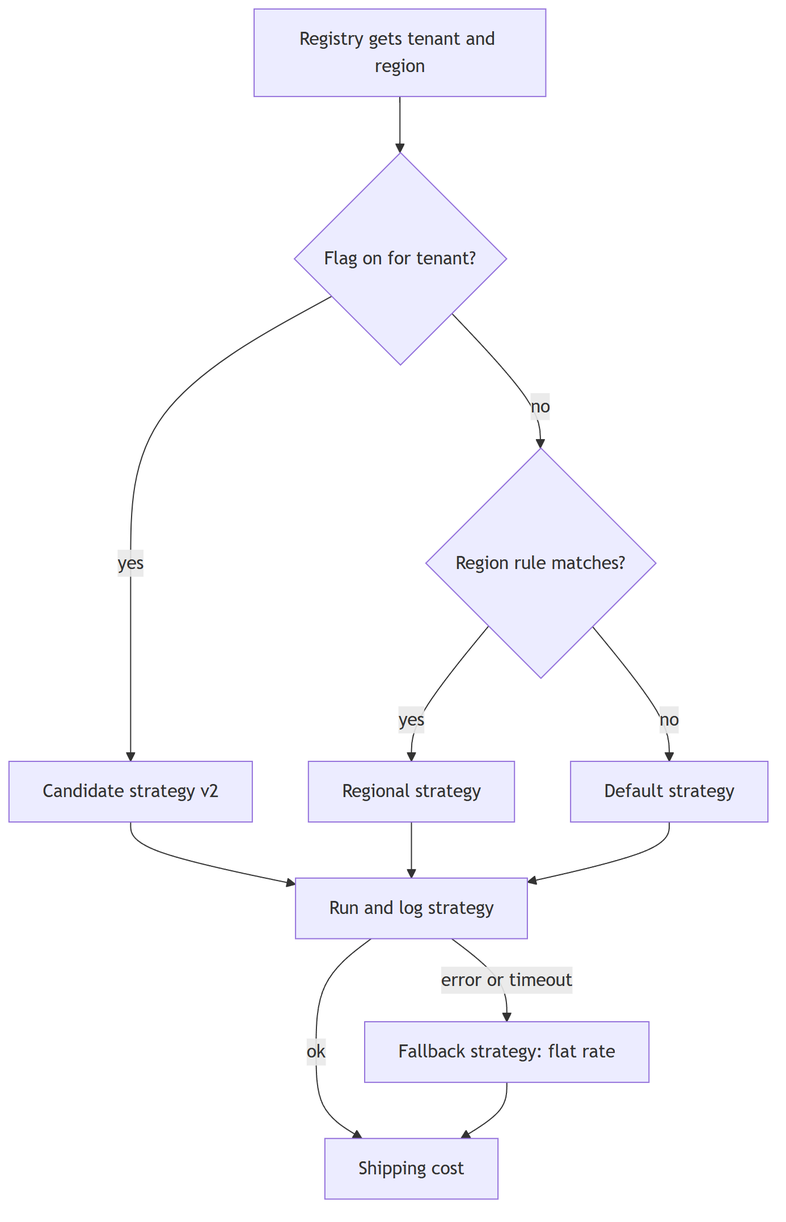
The Mermaid diagram docs/diagrams/arch-selection.png in enok/design-pattern-strategy, before a commit. Its source is kept beside it as docs/diagrams/arch-selection.mmd.
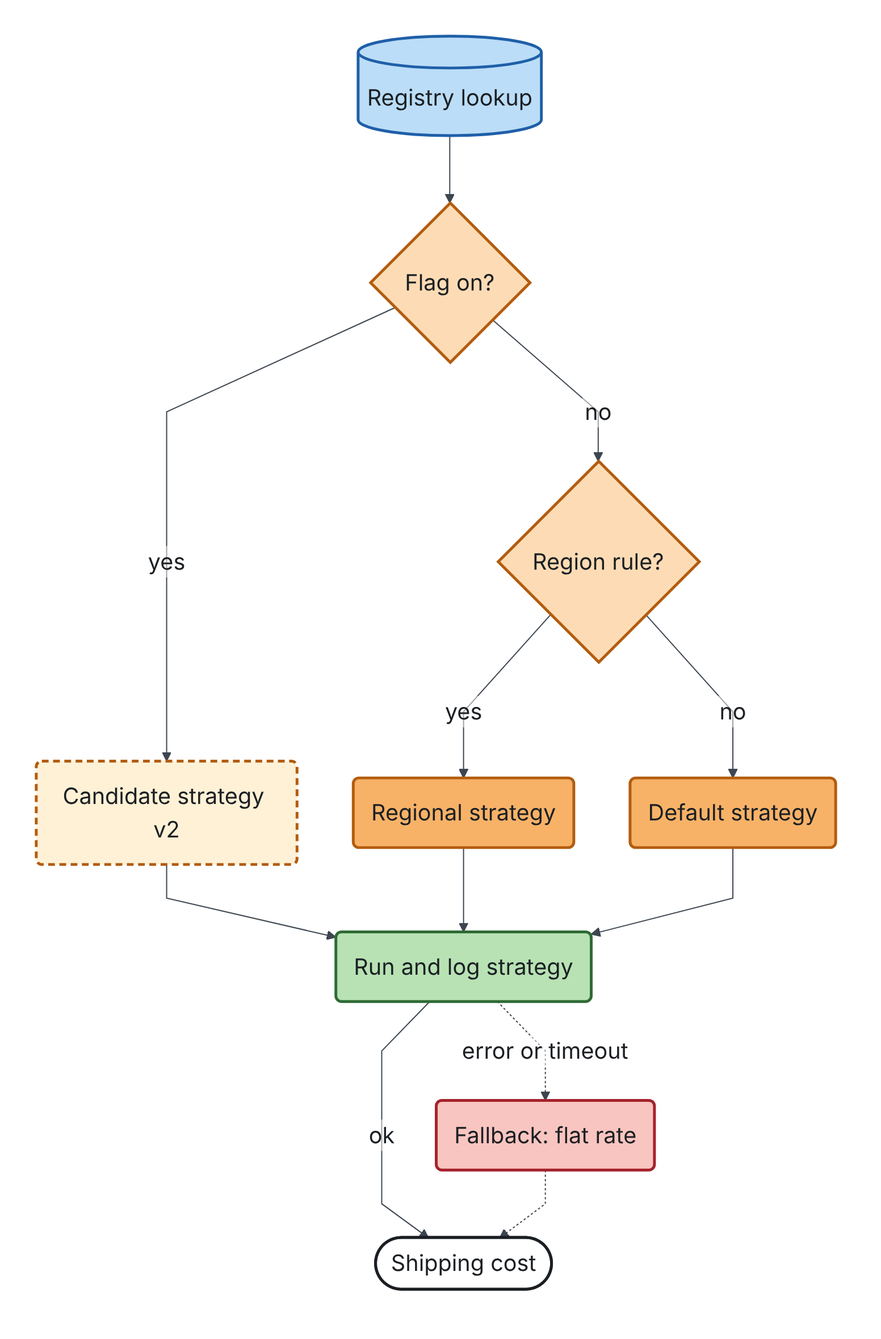
After the change.

Change to the diagram source:
```diff
@@ -1,12 +1,28 @@
+%%{init: {"theme": "base", "themeVariables": {"fontFamily": "Arial, Helvetica, sans-serif", "fontSize": "20px", "background": "#FFFFFF", "primaryColor": "#FFFFFF", "primaryBorderColor": "#1B1F23", "primaryTextColor": "#1B1F23", "secondaryColor": "#FDDCB5", "tertiaryColor": "#F5F7FA", "lineColor": "#3D4650", "textColor": "#1B1F23", "mainBkg": "#FFFFFF", "nodeBorder": "#1B1F23", "clusterBkg": "#F5F7FA", "clusterBorder": "#9AA5B1", "edgeLabelBackground": "#FFFFFF", "noteBkgColor": "#FFF6D6", "noteBorderColor": "#B8860B", "noteTextColor": "#1B1F23", "actorBkg": "#B8E2B4", "actorBorder": "#2F6B35", "actorTextColor": "#1B1F23", "actorLineColor": "#7A8794", "signalColor": "#3D4650", "signalTextColor": "#1B1F23", "labelBoxBkgColor": "#F5F7FA", "labelBoxBorderColor": "#7A8794", "labelTextColor": "#1B1F23", "loopTextColor": "#1B1F23", "activationBkgColor": "#DDEFDB", "activationBorderColor": "#2F6B35", "sequenceNumberColor": "#FFFFFF", "classText": "#1B1F23"}, "flowchart": {"curve": "linear", "nodeSpacing": 50, "rankSpacing": 60, "padding": 16, "htmlLabels": false}, "sequence": {"actorMargin": 50, "messageMargin": 38, "boxMargin": 10, "noteMargin": 10, "mirrorActors": false, "useMaxWidth": false}, "class": {"padding": 12, "htmlLabels": false}, "fontFamily": "Arial, Helvetica, sans-serif"}}%%
 flowchart TB
-    REG[Registry gets tenant and region] --> FLAG{"Flag on for tenant?"}
-    FLAG -->|yes| NEW[Candidate strategy v2]
-    FLAG -->|no| RULE{"Region rule matches?"}
-    RULE -->|yes| REGIONAL[Regional strategy]
-    RULE -->|no| DFLT[Default strategy]
-    NEW --> RUN[Run and log strategy]
+    REG[("Registry lookup")] --> FLAG{"Flag on?"}
+    FLAG -->|"no"| RULE{"Region rule?"}
+    FLAG -->|"yes"| NEW("Candidate strategy v2")
+    RULE -->|"yes"| REGIONAL("Regional strategy")
+    RULE -->|"no"| DFLT("Default strategy")
+    NEW --> RUN("Run and log strategy")
     REGIONAL --> RUN
     DFLT --> RUN
-    RUN -->|ok| OUT[Shipping cost]
-    RUN -->|error or timeout| FALLBACK["Fallback strategy: flat rate"]
-    FALLBACK --> OUT
+    RUN -->|"ok"| OUT(["Shipping cost"])
+    RUN -.->|"error or timeout"| FALLBACK("Fallback: flat rate")
+    FALLBACK -.-> OUT
+
+    classDef context fill:#B8E2B4,stroke:#2F6B35,stroke-width:2.5px,color:#1B1F23
+    classDef strategy fill:#FDDCB5,stroke:#B35C0F,stroke-width:2.5px,color:#1B1F23
+    classDef concrete fill:#F7B267,stroke:#B35C0F,stroke-width:2.5px,color:#1B1F23
+    classDef adhoc fill:#FFF1D6,stroke:#B35C0F,stroke-width:2.5px,stroke-dasharray:6 4,color:#1B1F23
+    classDef data fill:#BBDDF7,stroke:#1F5FA8,stroke-width:2.5px,color:#1B1F23
+    classDef danger fill:#F9C5C0,stroke:#A5222B,stroke-width:2.5px,color:#1B1F23
+    classDef client fill:#FFFFFF,stroke:#1B1F23,stroke-width:2.5px,color:#1B1F23
+    class REG data;
+    class FLAG,RULE strategy;
+    class NEW adhoc;
+    class REGIONAL,DFLT concrete;
+    class RUN context;
+    class OUT client;
+    class FALLBACK danger;
```
